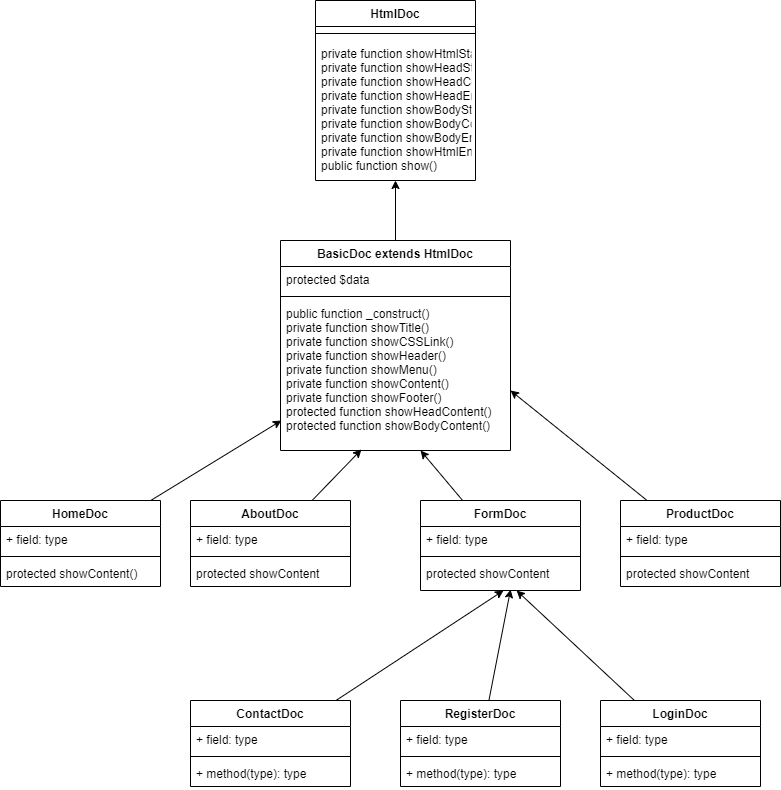
Earlier version of the draw.io export Diagrams/ClassInheritance.drawio.png (Dabra720/educom-webshop-oop). Source tidied: cells renumbered, new cells last; positions are measured from the earlier drawing's top-left corner, leaving out a move shared by most shapes.
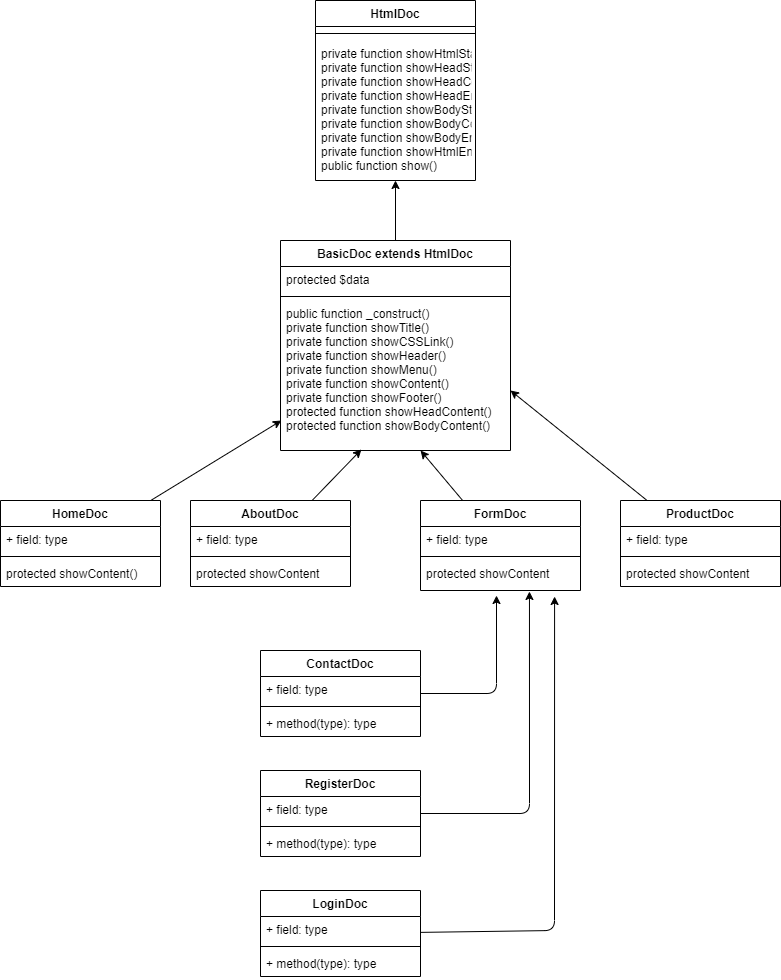
After the change.

Change to the diagram source:
```diff
@@ -86,11 +86,15 @@
     <mxCell id="29" value="protected showContent" style="text;strokeColor=none;fillColor=none;align=left;verticalAlign=top;spacingLeft=4;spacingRight=4;overflow=hidden;" parent="26" vertex="1">
       <mxGeometry y="60" width="160" height="26" as="geometry" />
     </mxCell>
-    <mxCell id="30" style="edgeStyle=none;html=1;entryX=0.519;entryY=1;entryDx=0;entryDy=0;entryPerimeter=0;" parent="1" edge="1" source="31" target="24">
-      <mxGeometry relative="1" as="geometry" />
+    <mxCell id="30" style="edgeStyle=none;html=1;entryX=0.475;entryY=1.167;entryDx=0;entryDy=0;entryPerimeter=0;" parent="1" edge="1" source="31" target="24">
+      <mxGeometry relative="1" as="geometry">
+        <Array as="points">
+          <mxPoint x="496" y="693" />
+        </Array>
+      </mxGeometry>
     </mxCell>
     <mxCell id="31" value="ContactDoc" style="swimlane;fontStyle=1;align=center;verticalAlign=top;horizontal=1;startSize=26;" parent="1" vertex="1">
-      <mxGeometry x="190" y="700" width="160" height="86" as="geometry" />
+      <mxGeometry x="260" y="650" width="160" height="86" as="geometry" />
     </mxCell>
     <mxCell id="32" value="+ field: type" style="text;strokeColor=none;fillColor=none;align=left;verticalAlign=top;spacingLeft=4;spacingRight=4;overflow=hidden;" parent="31" vertex="1">
       <mxGeometry y="26" width="160" height="26" as="geometry" />
@@ -101,11 +105,15 @@
     <mxCell id="34" value="+ method(type): type" style="text;strokeColor=none;fillColor=none;align=left;verticalAlign=top;spacingLeft=4;spacingRight=4;overflow=hidden;" parent="31" vertex="1">
       <mxGeometry y="60" width="160" height="26" as="geometry" />
     </mxCell>
-    <mxCell id="35" style="edgeStyle=none;html=1;" parent="1" edge="1" source="36" target="24">
-      <mxGeometry relative="1" as="geometry" />
+    <mxCell id="35" style="edgeStyle=none;html=1;entryX=0.838;entryY=1.2;entryDx=0;entryDy=0;entryPerimeter=0;" parent="1" edge="1" source="36" target="24">
+      <mxGeometry relative="1" as="geometry">
+        <Array as="points">
+          <mxPoint x="554" y="930" />
+        </Array>
+      </mxGeometry>
     </mxCell>
     <mxCell id="36" value="LoginDoc" style="swimlane;fontStyle=1;align=center;verticalAlign=top;horizontal=1;startSize=26;" parent="1" vertex="1">
-      <mxGeometry x="600" y="700" width="160" height="86" as="geometry" />
+      <mxGeometry x="260" y="890" width="160" height="86" as="geometry" />
     </mxCell>
     <mxCell id="37" value="+ field: type" style="text;strokeColor=none;fillColor=none;align=left;verticalAlign=top;spacingLeft=4;spacingRight=4;overflow=hidden;" parent="36" vertex="1">
       <mxGeometry y="26" width="160" height="26" as="geometry" />
@@ -116,11 +124,15 @@
     <mxCell id="39" value="+ method(type): type" style="text;strokeColor=none;fillColor=none;align=left;verticalAlign=top;spacingLeft=4;spacingRight=4;overflow=hidden;" parent="36" vertex="1">
       <mxGeometry y="60" width="160" height="26" as="geometry" />
     </mxCell>
-    <mxCell id="40" style="edgeStyle=none;html=1;entryX=0.563;entryY=0.967;entryDx=0;entryDy=0;entryPerimeter=0;" parent="1" edge="1" source="41" target="24">
-      <mxGeometry relative="1" as="geometry" />
+    <mxCell id="40" style="edgeStyle=none;html=1;entryX=0.681;entryY=1.033;entryDx=0;entryDy=0;entryPerimeter=0;" parent="1" edge="1" source="41" target="24">
+      <mxGeometry relative="1" as="geometry">
+        <Array as="points">
+          <mxPoint x="529" y="813" />
+        </Array>
+      </mxGeometry>
     </mxCell>
     <mxCell id="41" value="RegisterDoc" style="swimlane;fontStyle=1;align=center;verticalAlign=top;horizontal=1;startSize=26;" parent="1" vertex="1">
-      <mxGeometry x="400" y="700" width="160" height="86" as="geometry" />
+      <mxGeometry x="260" y="770" width="160" height="86" as="geometry" />
     </mxCell>
     <mxCell id="42" value="+ field: type" style="text;strokeColor=none;fillColor=none;align=left;verticalAlign=top;spacingLeft=4;spacingRight=4;overflow=hidden;" parent="41" vertex="1">
       <mxGeometry y="26" width="160" height="26" as="geometry" />
```
